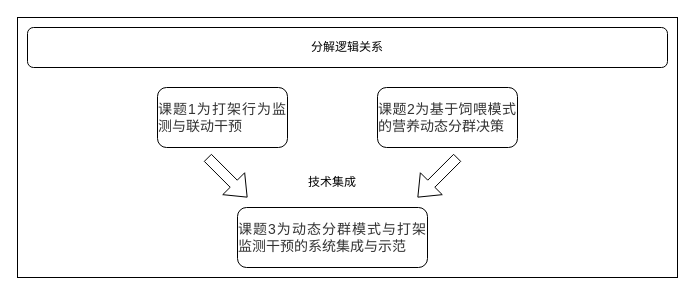
This is 分解逻辑.drawio from yzy1421/Amateur-women-basketball-in-China, a draw.io file, before an edit. Source tidied: cells renumbered, new cells numbered last; positions are measured from the earlier drawing's top-left corner, leaving out a move shared by most shapes. Both pictures are drawn from the tidied source at 100%, with x=0, y=0 at pixel (17, 17).
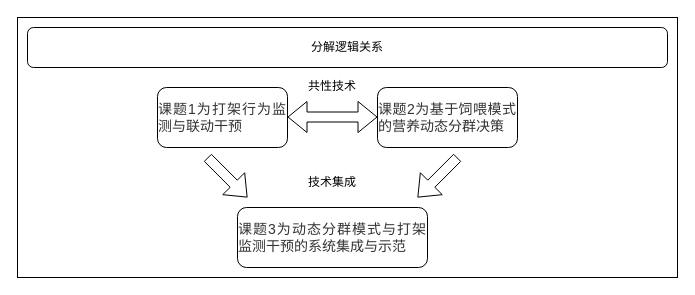
The same diagram, later.

Commit message:
更新分解逻辑.drawio

The edit, as a diff of the source:
```diff
@@
 <mxGraphModel>
   <root>
     <mxCell id="0" />
     <mxCell id="1" parent="0" />
     <mxCell id="2" style="rounded=0;whiteSpace=wrap;html=1;" parent="1" vertex="1">
       <mxGeometry width="660" height="260" as="geometry" />
     </mxCell>
     <mxCell id="3" value="&lt;p style=&quot;margin: 0pt 0pt 0.0001pt; text-align: justify; font-family: 等线; font-size: 10.5pt;&quot; class=&quot;MsoNormal&quot;&gt;&lt;span style=&quot;font-family: sans-serif; color: rgb(51, 51, 51); font-size: 10.5pt;&quot;&gt;&lt;font face=&quot;sans-serif&quot;&gt;课题&lt;/font&gt;&lt;font face=&quot;sans-serif&quot;&gt;1为&lt;/font&gt;&lt;/span&gt;&lt;span style=&quot;font-family: sans-serif; color: rgb(51, 51, 51); letter-spacing: 0pt; font-size: 10.5pt;&quot;&gt;打架行为监测与联动干预&lt;/span&gt;&lt;/p&gt;" style="rounded=1;whiteSpace=wrap;html=1;" parent="1" vertex="1">
       <mxGeometry x="140" y="70" width="130" height="60" as="geometry" />
     </mxCell>
     <mxCell id="4" value="&lt;p style=&quot;margin: 0pt 0pt 0.0001pt; text-align: justify; font-family: 等线; font-size: 10.5pt;&quot; class=&quot;MsoNormal&quot;&gt;&lt;span style=&quot;font-family: sans-serif; color: rgb(51, 51, 51); letter-spacing: 0pt; font-size: 10.5pt;&quot;&gt;&lt;font face=&quot;sans-serif&quot;&gt;课题&lt;/font&gt;&lt;font face=&quot;sans-serif&quot;&gt;2为&lt;/font&gt;&lt;/span&gt;&lt;span style=&quot;font-family: sans-serif; color: rgb(51, 51, 51); letter-spacing: 0pt; font-size: 10.5pt;&quot;&gt;基于饲喂模式的营养动态分群决策&lt;/span&gt;&lt;/p&gt;" style="rounded=1;whiteSpace=wrap;html=1;" parent="1" vertex="1">
       <mxGeometry x="360" y="70" width="140" height="60" as="geometry" />
     </mxCell>
     <mxCell id="5" value="&lt;p style=&quot;margin: 0pt 0pt 0.0001pt; text-align: justify; font-family: 等线; font-size: 10.5pt;&quot; class=&quot;MsoNormal&quot;&gt;&lt;span style=&quot;font-family: sans-serif; color: rgb(51, 51, 51); letter-spacing: 0pt; font-size: 10.5pt;&quot;&gt;&lt;font face=&quot;sans-serif&quot;&gt;课题&lt;/font&gt;&lt;font face=&quot;sans-serif&quot;&gt;3为&lt;/font&gt;&lt;/span&gt;&lt;span style=&quot;font-family: sans-serif; color: rgb(51, 51, 51); letter-spacing: 0pt; font-size: 10.5pt;&quot;&gt;动态分群模式与打架监测干预的系统集成与示范&lt;/span&gt;&lt;/p&gt;" style="rounded=1;whiteSpace=wrap;html=1;" parent="1" vertex="1">
       <mxGeometry x="220" y="190" width="190" height="60" as="geometry" />
     </mxCell>
     <mxCell id="6" style="shape=flexArrow;endArrow=classic;html=1;rounded=0;" parent="1" edge="1">
       <mxGeometry relative="1" as="geometry">
         <mxPoint x="190" y="140" as="sourcePoint" />
         <mxPoint x="230" y="180" as="targetPoint" />
       </mxGeometry>
     </mxCell>
     <mxCell id="7" value="技术集成" style="rounded=0;whiteSpace=wrap;html=1;strokeColor=none;" parent="1" vertex="1">
       <mxGeometry x="270" y="150" width="90" height="30" as="geometry" />
     </mxCell>
     <mxCell id="8" style="shape=flexArrow;endArrow=classic;html=1;rounded=0;" parent="1" edge="1">
       <mxGeometry relative="1" as="geometry">
         <mxPoint x="440" y="140" as="sourcePoint" />
         <mxPoint x="400" y="180" as="targetPoint" />
       </mxGeometry>
     </mxCell>
     <mxCell id="9" value="分解逻辑关系" style="rounded=1;whiteSpace=wrap;html=1;" parent="1" vertex="1">
       <mxGeometry x="10" y="10" width="640" height="40" as="geometry" />
     </mxCell>
+    <mxCell id="10" style="shape=flexArrow;endArrow=classic;startArrow=classic;html=1;rounded=0;" parent="1" edge="1">
+      <mxGeometry relative="1" as="geometry">
+        <mxPoint x="270" y="99.5" as="sourcePoint" />
+        <mxPoint x="360" y="99.5" as="targetPoint" />
+      </mxGeometry>
+    </mxCell>
+    <mxCell id="11" value="共性技术" style="rounded=0;whiteSpace=wrap;html=1;strokeColor=none;" parent="1" vertex="1">
+      <mxGeometry x="281" y="60" width="68" height="18" as="geometry" />
+    </mxCell>
   </root>
 </mxGraphModel>
```
